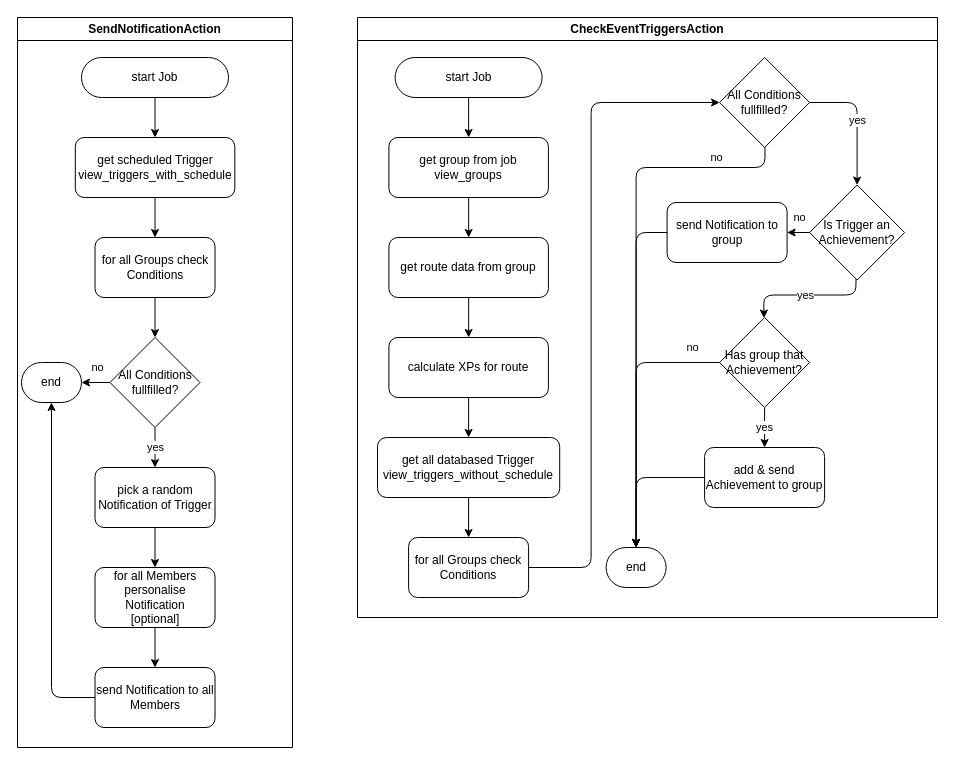
Earlier version of the draw.io diagram Database/docs/action_flow.drawio (olHannes/WebPush-Docs). Source tidied: cells renumbered, new cells numbered last; positions are measured from the earlier drawing's top-left corner, leaving out a move shared by most shapes. Both pictures are drawn from the tidied source at 100%, with x=0, y=0 at pixel (17, 17).
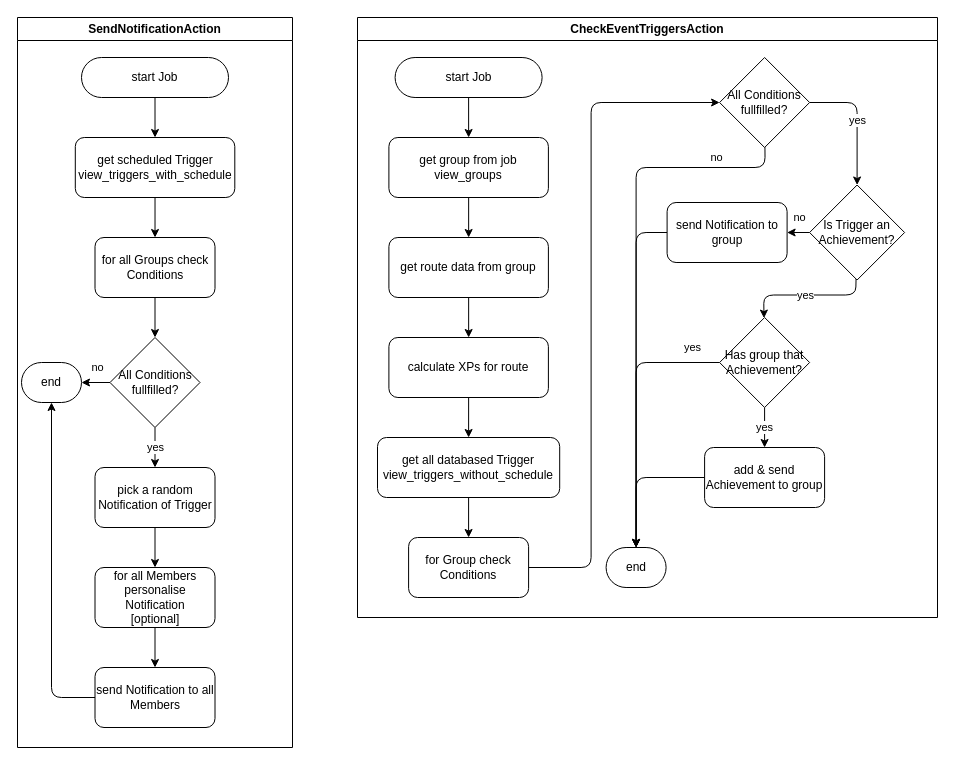
The same diagram, later.

Commit message:
Fix mistakes in diagram

The change refers to these unchanged cells:
```xml
<mxCell id="19" value="CheckEventTriggersAction" style="swimlane;whiteSpace=wrap;html=1;startSize=23;" parent="1" vertex="1">
  <mxGeometry x="340" width="580" height="600" as="geometry" />
</mxCell>
<mxCell id="35" value="end" style="html=1;dashed=0;whiteSpace=wrap;shape=mxgraph.dfd.start;" parent="19" vertex="1">
  <mxGeometry x="248.6" y="530" width="60" height="40" as="geometry" />
</mxCell>
<mxCell id="41" value="Has group that Achievement?" style="rhombus;whiteSpace=wrap;html=1;" parent="19" vertex="1">
  <mxGeometry x="362.1" y="300" width="90" height="90" as="geometry" />
</mxCell>
```

Diff of the diagram source:
```diff
@@
-    <mxCell id="25" value="&lt;span style=&quot;color: rgb(0, 0, 0);&quot;&gt;for all Groups check Conditions&lt;/span&gt;" style="rounded=1;whiteSpace=wrap;html=1;" parent="19" vertex="1">
+    <mxCell id="25" value="&lt;span style=&quot;color: rgb(0, 0, 0);&quot;&gt;for Group check Conditions&lt;/span&gt;" style="rounded=1;whiteSpace=wrap;html=1;" parent="19" vertex="1">
       <mxGeometry x="51.1" y="520" width="120" height="60" as="geometry" />
     </mxCell>
@@
-    <mxCell id="40" value="no" style="edgeStyle=none;html=1;" parent="19" edge="1" source="41" target="35">
+    <mxCell id="40" value="yes" style="edgeStyle=none;html=1;" parent="19" edge="1" source="41" target="35">
       <mxGeometry x="-0.8" y="-15" relative="1" as="geometry">
         <Array as="points">
           <mxPoint x="278.6" y="345" />
         </Array>
       </mxGeometry>
     </mxCell>
```
